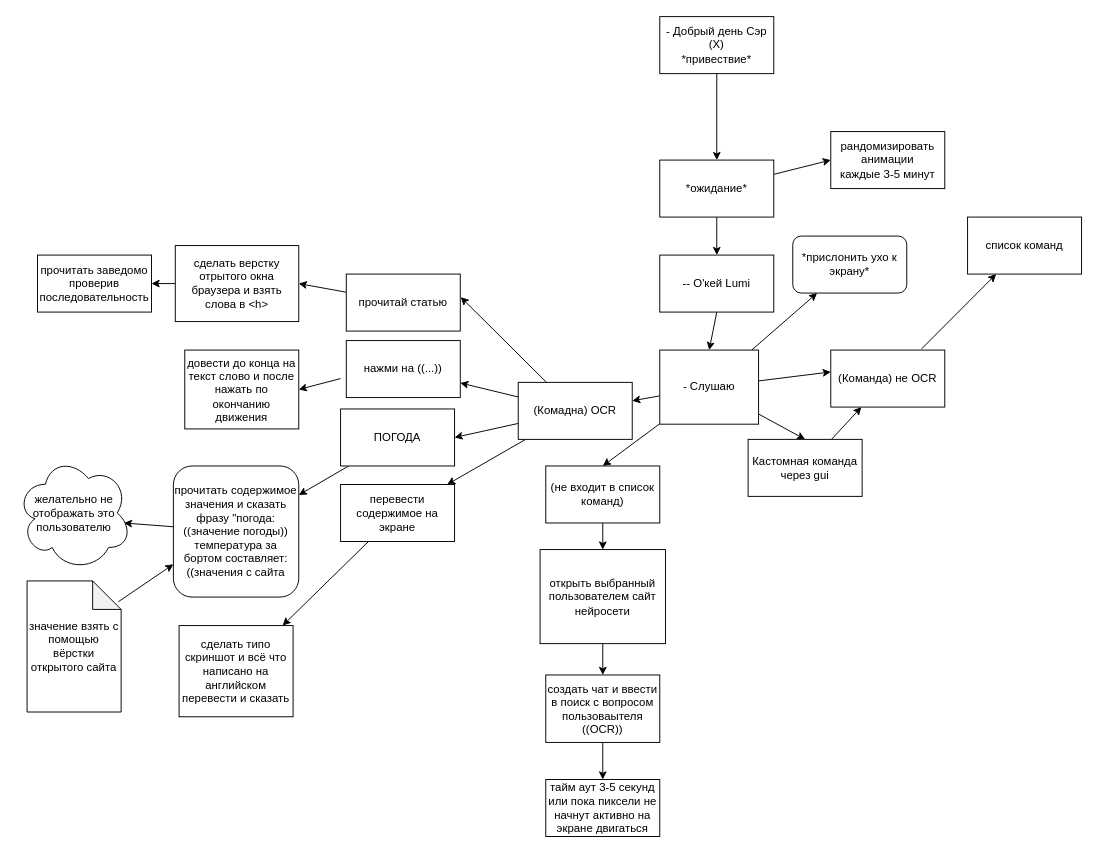
Before: plan.drawio in 4elobrek9/ai_helper, a draw.io diagram. Source tidied: cells renumbered, new cells numbered last; positions are measured from the earlier drawing's top-left corner, leaving out a move shared by most shapes. Both pictures are drawn from the tidied source at 95%, with x=0, y=0 at pixel (16, 16).
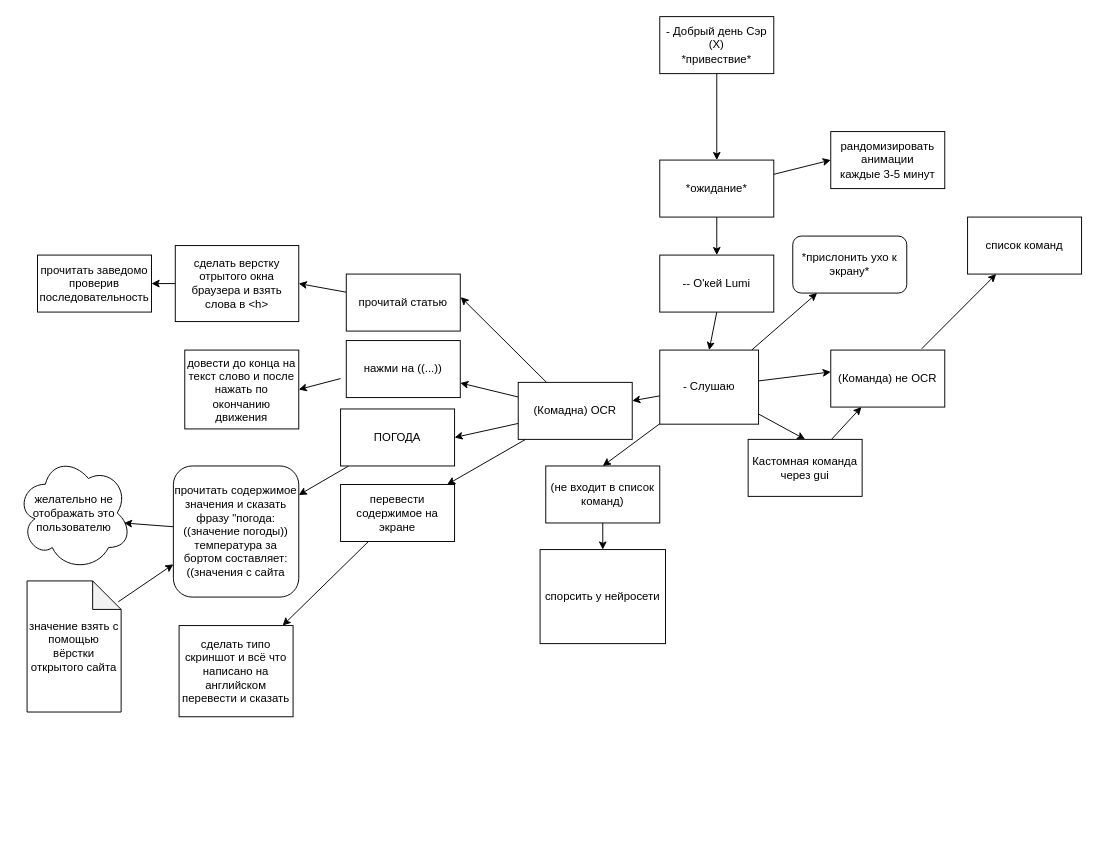
Above is the later version.

Change to the diagram source:
```diff
@@
-    <mxCell id="28" style="edgeStyle=none;html=1;entryX=0.5;entryY=0;entryDx=0;entryDy=0;" parent="1" edge="1" source="29" target="39">
-      <mxGeometry relative="1" as="geometry" />
-    </mxCell>
-    <mxCell id="29" value="открыть выбранный пользователем сайт нейросети" style="rounded=0;whiteSpace=wrap;html=1;" parent="1" vertex="1">
+    <mxCell id="29" value="спорсить у нейросети" style="rounded=0;whiteSpace=wrap;html=1;" parent="1" vertex="1">
       <mxGeometry x="551" y="561" width="132" height="99" as="geometry" />
     </mxCell>
@@
-    <mxCell id="38" style="edgeStyle=none;html=1;" parent="1" edge="1" source="39" target="48">
-      <mxGeometry relative="1" as="geometry" />
-    </mxCell>
-    <mxCell id="39" value="&lt;span style=&quot;color: rgb(0, 0, 0);&quot;&gt;создать чат и ввести в поиск с вопросом пользоваытеля ((OCR))&lt;/span&gt;" style="rounded=0;whiteSpace=wrap;html=1;" parent="1" vertex="1">
-      <mxGeometry x="557" y="693" width="120" height="71" as="geometry" />
-    </mxCell>
@@
-    <mxCell id="48" value="тайм аут 3-5 секунд или пока пиксели не начнут активно на экране двигаться" style="rounded=0;whiteSpace=wrap;html=1;" parent="1" vertex="1">
-      <mxGeometry x="557" y="803" width="120" height="60" as="geometry" />
-    </mxCell>
```
